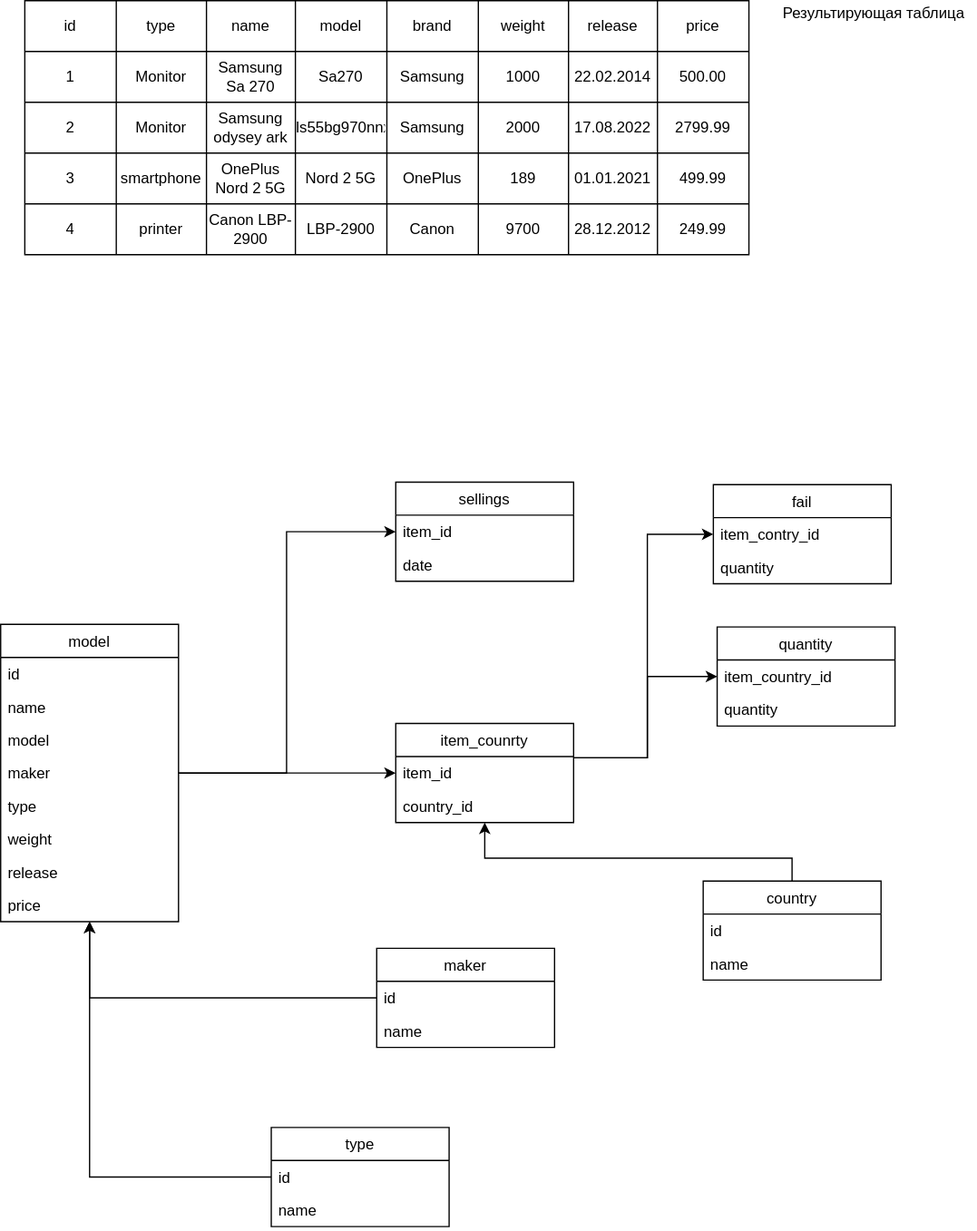
Above: resources/UML.drawio.svg in Plasmat1x/CourseProjectCS (draw.io), before the change. Source tidied: cells renumbered, new cells last; positions are measured from the earlier drawing's top-left corner, leaving out a move shared by most shapes.
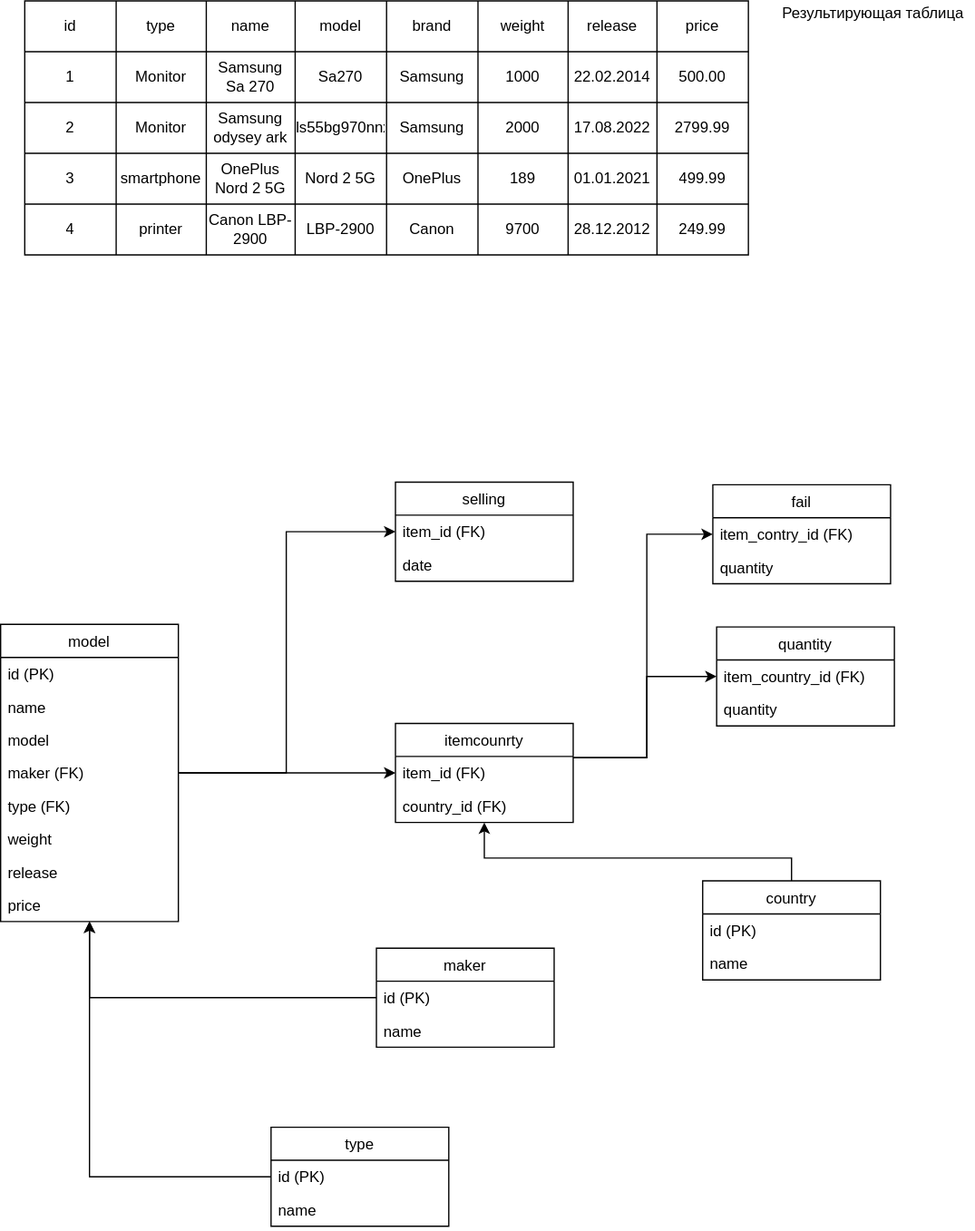
The same file after the commit.

Diff of the diagram source:
```diff
@@ -146,7 +146,7 @@
     <mxCell id="49" value="maker" style="swimlane;fontStyle=0;horizontal=1;startSize=26;fillColor=none;" parent="1" vertex="1">
       <mxGeometry x="296" y="746" width="140" height="78" as="geometry" />
     </mxCell>
-    <mxCell id="50" value="id" style="text;strokeColor=none;fillColor=none;align=left;verticalAlign=top;spacingLeft=4;spacingRight=4;overflow=hidden;" parent="49" vertex="1">
+    <mxCell id="50" value="id (PK)" style="text;strokeColor=none;fillColor=none;align=left;verticalAlign=top;spacingLeft=4;spacingRight=4;overflow=hidden;" parent="49" vertex="1">
       <mxGeometry y="26" width="140" height="26" as="geometry" />
     </mxCell>
     <mxCell id="51" value="name" style="text;strokeColor=none;fillColor=none;align=left;verticalAlign=top;spacingLeft=4;spacingRight=4;overflow=hidden;" parent="49" vertex="1">
@@ -158,7 +158,7 @@
     <mxCell id="53" value="type" style="swimlane;fontStyle=0;horizontal=1;startSize=26;fillColor=none;" parent="1" vertex="1">
       <mxGeometry x="213" y="887" width="140" height="78" as="geometry" />
     </mxCell>
-    <mxCell id="54" value="id" style="text;strokeColor=none;fillColor=none;align=left;verticalAlign=top;spacingLeft=4;spacingRight=4;overflow=hidden;" parent="53" vertex="1">
+    <mxCell id="54" value="id (PK)" style="text;strokeColor=none;fillColor=none;align=left;verticalAlign=top;spacingLeft=4;spacingRight=4;overflow=hidden;" parent="53" vertex="1">
       <mxGeometry y="26" width="140" height="26" as="geometry" />
     </mxCell>
     <mxCell id="55" value="name" style="text;strokeColor=none;fillColor=none;align=left;verticalAlign=top;spacingLeft=4;spacingRight=4;overflow=hidden;" parent="53" vertex="1">
@@ -178,7 +178,7 @@
     <mxCell id="58" value="model" style="swimlane;fontStyle=0;horizontal=1;startSize=26;fillColor=none;" parent="1" vertex="1">
       <mxGeometry y="491" width="140" height="234" as="geometry" />
     </mxCell>
-    <mxCell id="59" value="id" style="text;strokeColor=none;fillColor=none;align=left;verticalAlign=top;spacingLeft=4;spacingRight=4;overflow=hidden;" parent="58" vertex="1">
+    <mxCell id="59" value="id (PK)" style="text;strokeColor=none;fillColor=none;align=left;verticalAlign=top;spacingLeft=4;spacingRight=4;overflow=hidden;" parent="58" vertex="1">
       <mxGeometry y="26" width="140" height="26" as="geometry" />
     </mxCell>
     <mxCell id="60" value="name" style="text;strokeColor=none;fillColor=none;align=left;verticalAlign=top;spacingLeft=4;spacingRight=4;overflow=hidden;" parent="58" vertex="1">
@@ -187,10 +187,10 @@
     <mxCell id="61" value="model" style="text;strokeColor=none;fillColor=none;align=left;verticalAlign=top;spacingLeft=4;spacingRight=4;overflow=hidden;" parent="58" vertex="1">
       <mxGeometry y="78" width="140" height="26" as="geometry" />
     </mxCell>
-    <mxCell id="62" value="maker" style="text;strokeColor=none;fillColor=none;align=left;verticalAlign=top;spacingLeft=4;spacingRight=4;overflow=hidden;" parent="58" vertex="1">
+    <mxCell id="62" value="maker (FK)" style="text;strokeColor=none;fillColor=none;align=left;verticalAlign=top;spacingLeft=4;spacingRight=4;overflow=hidden;" parent="58" vertex="1">
       <mxGeometry y="104" width="140" height="26" as="geometry" />
     </mxCell>
-    <mxCell id="63" value="type" style="text;strokeColor=none;fillColor=none;align=left;verticalAlign=top;spacingLeft=4;spacingRight=4;overflow=hidden;" parent="58" vertex="1">
+    <mxCell id="63" value="type (FK)" style="text;strokeColor=none;fillColor=none;align=left;verticalAlign=top;spacingLeft=4;spacingRight=4;overflow=hidden;" parent="58" vertex="1">
       <mxGeometry y="130" width="140" height="26" as="geometry" />
     </mxCell>
     <mxCell id="64" value="weight" style="text;strokeColor=none;fillColor=none;align=left;verticalAlign=top;spacingLeft=4;spacingRight=4;overflow=hidden;" parent="58" vertex="1">
@@ -221,13 +221,13 @@
         </Array>
       </mxGeometry>
     </mxCell>
-    <mxCell id="70" value="item_counrty" style="swimlane;fontStyle=0;horizontal=1;startSize=26;fillColor=none;" parent="1" vertex="1">
+    <mxCell id="70" value="itemcounrty" style="swimlane;fontStyle=0;horizontal=1;startSize=26;fillColor=none;" parent="1" vertex="1">
       <mxGeometry x="311" y="569" width="140" height="78" as="geometry" />
     </mxCell>
-    <mxCell id="71" value="item_id" style="text;strokeColor=none;fillColor=none;align=left;verticalAlign=top;spacingLeft=4;spacingRight=4;overflow=hidden;" parent="70" vertex="1">
+    <mxCell id="71" value="item_id (FK)" style="text;strokeColor=none;fillColor=none;align=left;verticalAlign=top;spacingLeft=4;spacingRight=4;overflow=hidden;" parent="70" vertex="1">
       <mxGeometry y="26" width="140" height="26" as="geometry" />
     </mxCell>
-    <mxCell id="72" value="country_id" style="text;strokeColor=none;fillColor=none;align=left;verticalAlign=top;spacingLeft=4;spacingRight=4;overflow=hidden;" parent="70" vertex="1">
+    <mxCell id="72" value="country_id (FK)" style="text;strokeColor=none;fillColor=none;align=left;verticalAlign=top;spacingLeft=4;spacingRight=4;overflow=hidden;" parent="70" vertex="1">
       <mxGeometry y="52" width="140" height="26" as="geometry" />
     </mxCell>
     <mxCell id="73" style="edgeStyle=orthogonalEdgeStyle;rounded=0;html=1;" parent="1" edge="1" source="74" target="70">
@@ -241,7 +241,7 @@
     <mxCell id="74" value="country" style="swimlane;fontStyle=0;horizontal=1;startSize=26;fillColor=none;" parent="1" vertex="1">
       <mxGeometry x="553" y="693" width="140" height="78" as="geometry" />
     </mxCell>
-    <mxCell id="75" value="id" style="text;strokeColor=none;fillColor=none;align=left;verticalAlign=top;spacingLeft=4;spacingRight=4;overflow=hidden;" parent="74" vertex="1">
+    <mxCell id="75" value="id (PK)" style="text;strokeColor=none;fillColor=none;align=left;verticalAlign=top;spacingLeft=4;spacingRight=4;overflow=hidden;" parent="74" vertex="1">
       <mxGeometry y="26" width="140" height="26" as="geometry" />
     </mxCell>
     <mxCell id="76" value="name" style="text;strokeColor=none;fillColor=none;align=left;verticalAlign=top;spacingLeft=4;spacingRight=4;overflow=hidden;" parent="74" vertex="1">
@@ -250,16 +250,16 @@
     <mxCell id="77" value="quantity" style="swimlane;fontStyle=0;horizontal=1;startSize=26;fillColor=none;" parent="1" vertex="1">
       <mxGeometry x="564" y="493" width="140" height="78" as="geometry" />
     </mxCell>
-    <mxCell id="78" value="item_country_id" style="text;strokeColor=none;fillColor=none;align=left;verticalAlign=top;spacingLeft=4;spacingRight=4;overflow=hidden;" parent="77" vertex="1">
+    <mxCell id="78" value="item_country_id (FK)" style="text;strokeColor=none;fillColor=none;align=left;verticalAlign=top;spacingLeft=4;spacingRight=4;overflow=hidden;" parent="77" vertex="1">
       <mxGeometry y="26" width="140" height="26" as="geometry" />
     </mxCell>
     <mxCell id="79" value="quantity" style="text;strokeColor=none;fillColor=none;align=left;verticalAlign=top;spacingLeft=4;spacingRight=4;overflow=hidden;" parent="77" vertex="1">
       <mxGeometry y="52" width="140" height="26" as="geometry" />
     </mxCell>
-    <mxCell id="80" value="sellings" style="swimlane;fontStyle=0;horizontal=1;startSize=26;fillColor=none;" parent="1" vertex="1">
+    <mxCell id="80" value="selling" style="swimlane;fontStyle=0;horizontal=1;startSize=26;fillColor=none;" parent="1" vertex="1">
       <mxGeometry x="311" y="379" width="140" height="78" as="geometry" />
     </mxCell>
-    <mxCell id="81" value="item_id" style="text;strokeColor=none;fillColor=none;align=left;verticalAlign=top;spacingLeft=4;spacingRight=4;overflow=hidden;" parent="80" vertex="1">
+    <mxCell id="81" value="item_id (FK)" style="text;strokeColor=none;fillColor=none;align=left;verticalAlign=top;spacingLeft=4;spacingRight=4;overflow=hidden;" parent="80" vertex="1">
       <mxGeometry y="26" width="140" height="26" as="geometry" />
     </mxCell>
     <mxCell id="82" value="date" style="text;strokeColor=none;fillColor=none;align=left;verticalAlign=top;spacingLeft=4;spacingRight=4;overflow=hidden;" parent="80" vertex="1">
@@ -268,7 +268,7 @@
     <mxCell id="83" value="fail" style="swimlane;fontStyle=0;horizontal=1;startSize=26;fillColor=none;" parent="1" vertex="1">
       <mxGeometry x="561" y="381" width="140" height="78" as="geometry" />
     </mxCell>
-    <mxCell id="84" value="item_contry_id" style="text;strokeColor=none;fillColor=none;align=left;verticalAlign=top;spacingLeft=4;spacingRight=4;overflow=hidden;" parent="83" vertex="1">
+    <mxCell id="84" value="item_contry_id (FK)" style="text;strokeColor=none;fillColor=none;align=left;verticalAlign=top;spacingLeft=4;spacingRight=4;overflow=hidden;" parent="83" vertex="1">
       <mxGeometry y="26" width="140" height="26" as="geometry" />
     </mxCell>
     <mxCell id="85" value="quantity" style="text;strokeColor=none;fillColor=none;align=left;verticalAlign=top;spacingLeft=4;spacingRight=4;overflow=hidden;" parent="83" vertex="1">
```
